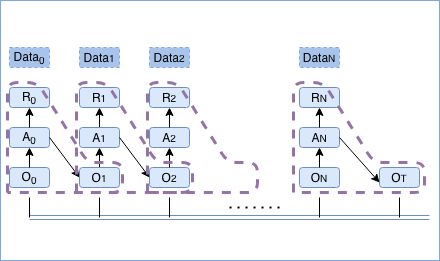
Above: docs/diagrams/ACME_DataSet.png in colingwuyu/hedgingbox (draw.io), before the change. Source tidied: cells renumbered, new cells last; positions are measured from the earlier drawing's top-left corner, leaving out a move shared by most shapes.
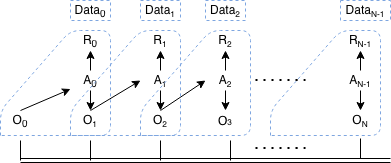
The same diagram one commit later.

Diff of the diagram source:
```diff
@@ -1,14 +1,11 @@
-<mxGraphModel background="#ffffff">
+<mxGraphModel>
   <root>
     <mxCell id="0" />
     <mxCell id="1" parent="0" />
-    <mxCell id="2" style="rounded=0;whiteSpace=wrap;html=1;strokeColor=#7EA6E0;gradientColor=none;fontColor=#CDA2BE;" parent="1" vertex="1">
-      <mxGeometry width="439" height="260" as="geometry" />
-    </mxCell>
-    <mxCell id="3" style="shape=link;html=1;fillColor=#dae8fc;strokeColor=#6c8ebf;" parent="1" edge="1">
+    <mxCell id="3" style="shape=link;html=1;" parent="1" edge="1">
       <mxGeometry relative="1" as="geometry">
         <mxPoint x="29" y="217" as="sourcePoint" />
-        <mxPoint x="429" y="217" as="targetPoint" />
+        <mxPoint x="399" y="217" as="targetPoint" />
       </mxGeometry>
     </mxCell>
     <mxCell id="4" style="endArrow=none;html=1;" parent="1" edge="1">
@@ -29,175 +26,187 @@
         <mxPoint x="169" y="197" as="targetPoint" />
       </mxGeometry>
     </mxCell>
-    <mxCell id="7" value="O&lt;sub&gt;0&lt;/sub&gt;" style="text;html=1;strokeColor=#6c8ebf;align=center;verticalAlign=middle;whiteSpace=wrap;rounded=1;fillColor=#dae8fc;" parent="1" vertex="1">
+    <mxCell id="7" value="O&lt;sub&gt;0&lt;/sub&gt;" style="text;html=1;strokeColor=none;fillColor=none;align=center;verticalAlign=middle;whiteSpace=wrap;rounded=0;" parent="1" vertex="1">
       <mxGeometry x="9" y="167" width="40" height="20" as="geometry" />
     </mxCell>
     <mxCell id="8" style="endArrow=classic;html=1;exitX=0.5;exitY=0;exitDx=0;exitDy=0;" parent="1" edge="1" source="7" target="9">
       <mxGeometry relative="1" as="geometry" />
     </mxCell>
-    <mxCell id="9" value="A&lt;sub&gt;0&lt;/sub&gt;" style="text;html=1;strokeColor=#6c8ebf;fillColor=#dae8fc;align=center;verticalAlign=middle;whiteSpace=wrap;rounded=1;" parent="1" vertex="1">
-      <mxGeometry x="9" y="127" width="40" height="20" as="geometry" />
-    </mxCell>
-    <mxCell id="10" style="endArrow=classic;html=1;exitX=0.5;exitY=0;exitDx=0;exitDy=0;" parent="1" edge="1" source="9" target="11">
-      <mxGeometry relative="1" as="geometry" />
-    </mxCell>
-    <mxCell id="11" value="R&lt;sub&gt;0&lt;/sub&gt;" style="text;html=1;strokeColor=#6c8ebf;align=center;verticalAlign=middle;whiteSpace=wrap;rounded=1;fillColor=#dae8fc;" parent="1" vertex="1">
-      <mxGeometry x="9" y="87" width="40" height="20" as="geometry" />
-    </mxCell>
-    <mxCell id="12" style="endArrow=classic;html=1;exitX=1;exitY=0.5;exitDx=0;exitDy=0;entryX=0;entryY=0.5;entryDx=0;entryDy=0;" parent="1" edge="1" source="9" target="16">
-      <mxGeometry relative="1" as="geometry" />
-    </mxCell>
-    <mxCell id="13" style="endArrow=classic;html=1;exitX=0.5;exitY=0;exitDx=0;exitDy=0;" parent="1" edge="1" source="16">
-      <mxGeometry relative="1" as="geometry">
-        <mxPoint x="99" y="147" as="targetPoint" />
-      </mxGeometry>
+    <mxCell id="13" style="endArrow=classic;html=1;exitX=0.5;exitY=0;exitDx=0;exitDy=0;entryX=0;entryY=0.5;entryDx=0;entryDy=0;" parent="1" edge="1" source="16" target="17">
+      <mxGeometry relative="1" as="geometry" />
     </mxCell>
-    <mxCell id="14" style="endArrow=classic;html=1;exitX=0.5;exitY=0;exitDx=0;exitDy=0;" parent="1" edge="1" source="17">
-      <mxGeometry relative="1" as="geometry">
-        <mxPoint x="99" y="107" as="targetPoint" />
-      </mxGeometry>
+    <mxCell id="14" style="endArrow=classic;html=1;exitX=0.5;exitY=0;exitDx=0;exitDy=0;entryX=0.5;entryY=1;entryDx=0;entryDy=0;" parent="1" edge="1" source="17" target="18">
+      <mxGeometry relative="1" as="geometry" />
     </mxCell>
     <mxCell id="15" style="group;" parent="1" vertex="1">
       <mxGeometry x="79" y="87" width="40" height="100" as="geometry" />
     </mxCell>
-    <mxCell id="16" value="O&lt;span style=&quot;font-size: 10px&quot;&gt;1&lt;/span&gt;" style="text;html=1;strokeColor=#6c8ebf;fillColor=#dae8fc;align=center;verticalAlign=middle;whiteSpace=wrap;rounded=1;" parent="15" vertex="1">
+    <mxCell id="16" value="O&lt;span style=&quot;font-size: 10px&quot;&gt;&lt;sub&gt;1&lt;/sub&gt;&lt;/span&gt;" style="text;html=1;strokeColor=none;fillColor=none;align=center;verticalAlign=middle;whiteSpace=wrap;rounded=0;" parent="15" vertex="1">
       <mxGeometry y="80" width="40" height="20" as="geometry" />
     </mxCell>
-    <mxCell id="17" value="A&lt;span style=&quot;font-size: 10px&quot;&gt;1&lt;/span&gt;" style="text;html=1;strokeColor=#6c8ebf;fillColor=#dae8fc;align=center;verticalAlign=middle;whiteSpace=wrap;rounded=1;" parent="15" vertex="1">
-      <mxGeometry y="40" width="40" height="20" as="geometry" />
-    </mxCell>
-    <mxCell id="18" value="R&lt;span style=&quot;font-size: 10px&quot;&gt;1&lt;/span&gt;" style="text;html=1;strokeColor=#6c8ebf;fillColor=#dae8fc;align=center;verticalAlign=middle;whiteSpace=wrap;rounded=1;" parent="15" vertex="1">
-      <mxGeometry width="40" height="20" as="geometry" />
-    </mxCell>
+    <mxCell id="9" value="A&lt;sub&gt;0&lt;/sub&gt;" style="text;html=1;strokeColor=none;fillColor=none;align=center;verticalAlign=middle;whiteSpace=wrap;rounded=0;" parent="15" vertex="1">
+      <mxGeometry y="40" width="40" height="20" as="geometry" />
+    </mxCell>
+    <mxCell id="12" style="endArrow=classic;html=1;exitX=0.5;exitY=1;exitDx=0;exitDy=0;entryX=0.5;entryY=0;entryDx=0;entryDy=0;entryPerimeter=0;" parent="15" edge="1" source="9" target="16">
+      <mxGeometry relative="1" as="geometry" />
+    </mxCell>
+    <mxCell id="11" value="R&lt;sub&gt;0&lt;/sub&gt;" style="text;html=1;strokeColor=none;fillColor=none;align=center;verticalAlign=middle;whiteSpace=wrap;rounded=0;" parent="15" vertex="1">
+      <mxGeometry width="40" height="20" as="geometry" />
+    </mxCell>
+    <mxCell id="10" style="endArrow=classic;html=1;exitX=0.5;exitY=0;exitDx=0;exitDy=0;" parent="15" edge="1" source="9" target="11">
+      <mxGeometry relative="1" as="geometry" />
+    </mxCell>
     <mxCell id="19" style="group;" parent="1" vertex="1">
-      <mxGeometry x="149" y="87" width="40" height="100" as="geometry" />
+      <mxGeometry x="204" y="87" width="50" height="100" as="geometry" />
     </mxCell>
-    <mxCell id="20" value="O&lt;span style=&quot;font-size: 10px&quot;&gt;2&lt;/span&gt;" style="text;html=1;strokeColor=#6c8ebf;fillColor=#dae8fc;align=center;verticalAlign=middle;whiteSpace=wrap;rounded=1;" parent="19" vertex="1">
-      <mxGeometry y="80" width="40" height="20" as="geometry" />
-    </mxCell>
+    <mxCell id="22" value="R&lt;span style=&quot;font-size: 10px&quot;&gt;&lt;sub&gt;2&lt;/sub&gt;&lt;/span&gt;" style="text;html=1;strokeColor=none;fillColor=none;align=center;verticalAlign=middle;whiteSpace=wrap;rounded=0;" parent="19" vertex="1">
+      <mxGeometry x="10" width="40" height="20" as="geometry" />
+    </mxCell>
+    <mxCell id="46" style="edgeStyle=orthogonalEdgeStyle;rounded=0;jettySize=auto;html=1;exitX=0.5;exitY=1;exitDx=0;exitDy=0;entryX=0.5;entryY=0;entryDx=0;entryDy=0;" parent="19" edge="1" source="21" target="47">
+      <mxGeometry relative="1" as="geometry" />
+    </mxCell>
-    <mxCell id="21" value="A&lt;span style=&quot;font-size: 10px&quot;&gt;2&lt;/span&gt;" style="text;html=1;strokeColor=#6c8ebf;fillColor=#dae8fc;align=center;verticalAlign=middle;whiteSpace=wrap;rounded=1;" parent="19" vertex="1">
-      <mxGeometry y="40" width="40" height="20" as="geometry" />
+    <mxCell id="21" value="A&lt;span style=&quot;font-size: 10px&quot;&gt;&lt;sub&gt;2&lt;/sub&gt;&lt;/span&gt;" style="text;html=1;strokeColor=none;fillColor=none;align=center;verticalAlign=middle;whiteSpace=wrap;rounded=0;" parent="19" vertex="1">
+      <mxGeometry x="10" y="40" width="40" height="20" as="geometry" />
     </mxCell>
-    <mxCell id="22" value="R&lt;span style=&quot;font-size: 10px&quot;&gt;2&lt;/span&gt;" style="text;html=1;strokeColor=#6c8ebf;fillColor=#dae8fc;align=center;verticalAlign=middle;whiteSpace=wrap;rounded=1;" parent="19" vertex="1">
-      <mxGeometry width="40" height="20" as="geometry" />
-    </mxCell>
-    <mxCell id="23" style="endArrow=classic;html=1;exitX=0.5;exitY=0;exitDx=0;exitDy=0;entryX=0.5;entryY=1;entryDx=0;entryDy=0;" parent="19" edge="1" source="20" target="21">
-      <mxGeometry relative="1" as="geometry" />
-    </mxCell>
     <mxCell id="24" style="endArrow=classic;html=1;exitX=0.5;exitY=0;exitDx=0;exitDy=0;entryX=0.5;entryY=1;entryDx=0;entryDy=0;" parent="19" edge="1" source="21" target="22">
       <mxGeometry relative="1" as="geometry" />
     </mxCell>
-    <mxCell id="25" style="endArrow=none;dashed=1;html=1;dashPattern=1 3;strokeWidth=2;" parent="1" edge="1">
-      <mxGeometry relative="1" as="geometry">
-        <mxPoint x="229" y="207" as="sourcePoint" />
-        <mxPoint x="279" y="207" as="targetPoint" />
-      </mxGeometry>
-    </mxCell>
+    <mxCell id="47" value="O&lt;span style=&quot;font-size: 8.33333px&quot;&gt;3&lt;/span&gt;" style="text;html=1;strokeColor=none;fillColor=none;align=center;verticalAlign=middle;whiteSpace=wrap;rounded=0;" parent="19" vertex="1">
+      <mxGeometry x="10" y="80" width="40" height="20" as="geometry" />
+    </mxCell>
     <mxCell id="26" style="group;" parent="1" vertex="1">
-      <mxGeometry x="299" y="87" width="40" height="100" as="geometry" />
+      <mxGeometry x="349" y="87" width="40" height="100" as="geometry" />
     </mxCell>
-    <mxCell id="27" value="O&lt;span style=&quot;font-size: 10px&quot;&gt;N&lt;/span&gt;" style="text;html=1;strokeColor=#6c8ebf;fillColor=#dae8fc;align=center;verticalAlign=middle;whiteSpace=wrap;rounded=1;" parent="26" vertex="1">
-      <mxGeometry y="80" width="40" height="20" as="geometry" />
-    </mxCell>
-    <mxCell id="28" value="A&lt;span style=&quot;font-size: 10px&quot;&gt;N&lt;/span&gt;" style="text;html=1;strokeColor=#6c8ebf;fillColor=#dae8fc;align=center;verticalAlign=middle;whiteSpace=wrap;rounded=1;" parent="26" vertex="1">
-      <mxGeometry y="40" width="40" height="20" as="geometry" />
-    </mxCell>
-    <mxCell id="29" value="R&lt;span style=&quot;font-size: 10px&quot;&gt;N&lt;/span&gt;" style="text;html=1;strokeColor=#6c8ebf;fillColor=#dae8fc;align=center;verticalAlign=middle;whiteSpace=wrap;rounded=1;" parent="26" vertex="1">
-      <mxGeometry width="40" height="20" as="geometry" />
-    </mxCell>
-    <mxCell id="30" style="endArrow=classic;html=1;exitX=0.5;exitY=0;exitDx=0;exitDy=0;entryX=0.5;entryY=1;entryDx=0;entryDy=0;" parent="26" edge="1" source="27" target="28">
-      <mxGeometry relative="1" as="geometry" />
-    </mxCell>
-    <mxCell id="31" style="endArrow=classic;html=1;exitX=0.5;exitY=0;exitDx=0;exitDy=0;entryX=0.5;entryY=1;entryDx=0;entryDy=0;" parent="26" edge="1" source="28" target="29">
-      <mxGeometry relative="1" as="geometry" />
-    </mxCell>
-    <mxCell id="32" style="endArrow=none;html=1;rounded=1;dashed=1;strokeColor=#9673a6;strokeWidth=3;fillColor=#e1d5e7;" parent="26" edge="1">
-      <mxGeometry relative="1" as="geometry">
-        <mxPoint x="-6" y="105" as="sourcePoint" />
-        <mxPoint x="-6" y="105" as="targetPoint" />
-        <Array as="points">
-          <mxPoint x="-6" y="-5" />
-          <mxPoint x="24" y="-5" />
-          <mxPoint x="74" y="75" />
-          <mxPoint x="125" y="75" />
-          <mxPoint x="125" y="105" />
-        </Array>
-      </mxGeometry>
-    </mxCell>
-    <mxCell id="33" style="group;fontColor=#CDA2BE;" parent="1" vertex="1">
-      <mxGeometry x="319" y="197" height="20" as="geometry" />
-    </mxCell>
-    <mxCell id="34" style="endArrow=none;html=1;" parent="33" edge="1">
-      <mxGeometry relative="1" as="geometry">
-        <mxPoint y="20" as="sourcePoint" />
-        <mxPoint as="targetPoint" />
-      </mxGeometry>
-    </mxCell>
-    <mxCell id="35" style="endArrow=none;html=1;" parent="1" edge="1">
-      <mxGeometry relative="1" as="geometry">
-        <mxPoint x="399" y="217" as="sourcePoint" />
-        <mxPoint x="399" y="197" as="targetPoint" />
-      </mxGeometry>
-    </mxCell>
-    <mxCell id="36" value="O&lt;span style=&quot;font-size: 10px&quot;&gt;T&lt;/span&gt;" style="text;html=1;strokeColor=#6c8ebf;fillColor=#dae8fc;align=center;verticalAlign=middle;whiteSpace=wrap;rounded=1;" parent="1" vertex="1">
-      <mxGeometry x="379" y="167" width="40" height="20" as="geometry" />
-    </mxCell>
+    <mxCell id="48" style="endArrow=none;html=1;dashed=1;strokeColor=#7EA6E0;" parent="26" edge="1">
+      <mxGeometry relative="1" as="geometry">
+        <mxPoint x="-70" y="105" as="sourcePoint" />
+        <mxPoint x="-70" y="105" as="targetPoint" />
+        <Array as="points">
+          <mxPoint x="-70" y="80" />
+          <mxPoint />
+          <mxPoint x="40" />
+          <mxPoint x="40" y="60" />
+          <mxPoint x="40" y="105" />
+          <mxPoint x="-20" y="105" />
+        </Array>
+      </mxGeometry>
+    </mxCell>
+    <mxCell id="49" style="endArrow=none;dashed=1;html=1;dashPattern=1 3;strokeWidth=2;" parent="26" edge="1">
+      <mxGeometry relative="1" as="geometry">
+        <mxPoint x="-85" y="49.5" as="sourcePoint" />
+        <mxPoint x="-35" y="49.5" as="targetPoint" />
+        <Array as="points">
+          <mxPoint x="-35" y="49.5" />
+        </Array>
+      </mxGeometry>
+    </mxCell>
-    <mxCell id="37" style="endArrow=classic;html=1;exitX=1;exitY=0.5;exitDx=0;exitDy=0;entryX=0;entryY=0.5;entryDx=0;entryDy=0;" parent="1" edge="1" source="17" target="20">
+    <mxCell id="37" style="endArrow=classic;html=1;exitX=0.5;exitY=1;exitDx=0;exitDy=0;entryX=0.5;entryY=0;entryDx=0;entryDy=0;" parent="1" edge="1" source="17" target="20">
       <mxGeometry relative="1" as="geometry" />
     </mxCell>
-    <mxCell id="38" style="endArrow=classic;html=1;exitX=1;exitY=0.5;exitDx=0;exitDy=0;entryX=0;entryY=0.75;entryDx=0;entryDy=0;" parent="1" edge="1" source="28" target="36">
-      <mxGeometry relative="1" as="geometry" />
-    </mxCell>
-    <mxCell id="39" style="endArrow=none;html=1;dashed=1;strokeColor=#9673a6;fillColor=#e1d5e7;strokeWidth=3;" parent="1" edge="1">
-      <mxGeometry relative="1" as="geometry">
-        <mxPoint x="7" y="192" as="sourcePoint" />
-        <mxPoint x="7" y="192" as="targetPoint" />
+    <mxCell id="39" style="endArrow=none;html=1;dashed=1;strokeColor=#7EA6E0;" parent="1" edge="1">
+      <mxGeometry x="-0.01" relative="1" as="geometry">
+        <mxPoint x="9" y="192" as="sourcePoint" />
+        <mxPoint x="9" y="192" as="targetPoint" />
         <Array as="points">
-          <mxPoint x="7" y="82" />
-          <mxPoint x="37" y="82" />
-          <mxPoint x="87" y="162" />
-          <mxPoint x="122" y="162" />
-          <mxPoint x="122" y="192" />
+          <mxPoint x="9" y="167" />
+          <mxPoint x="79" y="87" />
+          <mxPoint x="119" y="87" />
+          <mxPoint x="119" y="147" />
+          <mxPoint x="119" y="192" />
+          <mxPoint x="59" y="192" />
         </Array>
       </mxGeometry>
     </mxCell>
-    <mxCell id="40" style="endArrow=none;html=1;rounded=1;dashed=1;strokeColor=#9673a6;shadow=0;strokeWidth=3;fillColor=#e1d5e7;" parent="1" edge="1">
-      <mxGeometry relative="1" as="geometry">
-        <mxPoint x="76" y="192" as="sourcePoint" />
-        <mxPoint x="76" y="192" as="targetPoint" />
-        <Array as="points">
-          <mxPoint x="76" y="82" />
-          <mxPoint x="106" y="82" />
-          <mxPoint x="156" y="162" />
-          <mxPoint x="192" y="162" />
-          <mxPoint x="192" y="192" />
-        </Array>
-      </mxGeometry>
-    </mxCell>
-    <mxCell id="41" style="endArrow=none;html=1;rounded=1;dashed=1;strokeColor=#9673a6;strokeWidth=3;fillColor=#e1d5e7;" parent="1" edge="1">
-      <mxGeometry relative="1" as="geometry">
-        <mxPoint x="147" y="192" as="sourcePoint" />
-        <mxPoint x="147" y="192" as="targetPoint" />
-        <Array as="points">
-          <mxPoint x="147" y="82" />
-          <mxPoint x="177" y="82" />
-          <mxPoint x="227" y="162" />
-          <mxPoint x="257" y="162" />
-          <mxPoint x="257" y="192" />
-        </Array>
-      </mxGeometry>
-    </mxCell>
-    <mxCell id="42" value="Data&lt;sub&gt;0&lt;/sub&gt;" style="text;html=1;align=center;verticalAlign=middle;whiteSpace=wrap;rounded=0;dashed=1;strokeColor=#7EA6E0;fillColor=#A9C4EB;" parent="1" vertex="1">
-      <mxGeometry x="9" y="47" width="40" height="20" as="geometry" />
+    <mxCell id="42" value="Data&lt;sub&gt;0&lt;/sub&gt;" style="text;html=1;fillColor=none;align=center;verticalAlign=middle;whiteSpace=wrap;rounded=0;dashed=1;strokeColor=#7EA6E0;" parent="1" vertex="1">
+      <mxGeometry x="79" y="57" width="40" height="20" as="geometry" />
     </mxCell>
-    <mxCell id="43" value="Data&lt;span style=&quot;font-size: 10px&quot;&gt;1&lt;/span&gt;" style="text;html=1;align=center;verticalAlign=middle;whiteSpace=wrap;rounded=0;dashed=1;strokeColor=#7EA6E0;fillColor=#A9C4EB;" parent="1" vertex="1">
-      <mxGeometry x="79" y="47" width="40" height="20" as="geometry" />
+    <mxCell id="43" value="Data&lt;span style=&quot;font-size: 10px&quot;&gt;&lt;sub&gt;1&lt;/sub&gt;&lt;/span&gt;" style="text;html=1;fillColor=none;align=center;verticalAlign=middle;whiteSpace=wrap;rounded=0;dashed=1;strokeColor=#7EA6E0;" parent="1" vertex="1">
+      <mxGeometry x="149" y="57" width="40" height="20" as="geometry" />
     </mxCell>
-    <mxCell id="44" value="Data&lt;span style=&quot;font-size: 10px&quot;&gt;2&lt;/span&gt;" style="text;html=1;align=center;verticalAlign=middle;whiteSpace=wrap;rounded=0;dashed=1;strokeColor=#7EA6E0;fillColor=#A9C4EB;" parent="1" vertex="1">
-      <mxGeometry x="149" y="47" width="40" height="20" as="geometry" />
+    <mxCell id="44" value="Data&lt;span style=&quot;font-size: 10px&quot;&gt;&lt;sub&gt;2&lt;/sub&gt;&lt;/span&gt;" style="text;html=1;fillColor=none;align=center;verticalAlign=middle;whiteSpace=wrap;rounded=0;dashed=1;strokeColor=#7EA6E0;" parent="1" vertex="1">
+      <mxGeometry x="214" y="57" width="40" height="20" as="geometry" />
     </mxCell>
-    <mxCell id="45" value="Data&lt;span style=&quot;font-size: 10px&quot;&gt;N&lt;/span&gt;" style="text;html=1;align=center;verticalAlign=middle;whiteSpace=wrap;rounded=0;dashed=1;fillColor=#A9C4EB;strokeColor=#7EA6E0;" parent="1" vertex="1">
-      <mxGeometry x="299" y="47" width="40" height="20" as="geometry" />
+    <mxCell id="45" value="Data&lt;span style=&quot;font-size: 10px&quot;&gt;&lt;sub&gt;N-1&lt;/sub&gt;&lt;/span&gt;" style="text;html=1;fillColor=none;align=center;verticalAlign=middle;whiteSpace=wrap;rounded=0;dashed=1;strokeColor=#7EA6E0;" parent="1" vertex="1">
+      <mxGeometry x="349" y="57" width="50" height="20" as="geometry" />
     </mxCell>
+    <mxCell id="23" style="endArrow=classic;html=1;exitX=0.5;exitY=0;exitDx=0;exitDy=0;entryX=0;entryY=0.5;entryDx=0;entryDy=0;" parent="1" edge="1" source="20" target="21">
+      <mxGeometry relative="1" as="geometry" />
+    </mxCell>
+    <mxCell id="20" value="O&lt;span style=&quot;font-size: 10px&quot;&gt;&lt;sub&gt;2&lt;/sub&gt;&lt;/span&gt;" style="text;html=1;strokeColor=none;fillColor=none;align=center;verticalAlign=middle;whiteSpace=wrap;rounded=0;" parent="1" vertex="1">
+      <mxGeometry x="149" y="167" width="40" height="20" as="geometry" />
+    </mxCell>
+    <mxCell id="17" value="A&lt;span style=&quot;font-size: 10px&quot;&gt;&lt;sub&gt;1&lt;/sub&gt;&lt;/span&gt;" style="text;html=1;strokeColor=none;fillColor=none;align=center;verticalAlign=middle;whiteSpace=wrap;rounded=0;" parent="1" vertex="1">
+      <mxGeometry x="149" y="127" width="40" height="20" as="geometry" />
+    </mxCell>
+    <mxCell id="18" value="R&lt;span style=&quot;font-size: 10px&quot;&gt;&lt;sub&gt;1&lt;/sub&gt;&lt;/span&gt;" style="text;html=1;strokeColor=none;fillColor=none;align=center;verticalAlign=middle;whiteSpace=wrap;rounded=0;" parent="1" vertex="1">
+      <mxGeometry x="149" y="87" width="40" height="20" as="geometry" />
+    </mxCell>
+    <mxCell id="50" style="endArrow=none;html=1;dashed=1;strokeColor=#7EA6E0;" parent="1" edge="1">
+      <mxGeometry relative="1" as="geometry">
+        <mxPoint x="79" y="192" as="sourcePoint" />
+        <mxPoint x="79" y="192" as="targetPoint" />
+        <Array as="points">
+          <mxPoint x="79" y="167" />
+          <mxPoint x="149" y="87" />
+          <mxPoint x="189" y="87" />
+          <mxPoint x="189" y="147" />
+          <mxPoint x="189" y="192" />
+          <mxPoint x="129" y="192" />
+        </Array>
+      </mxGeometry>
+    </mxCell>
+    <mxCell id="51" style="endArrow=none;html=1;dashed=1;strokeColor=#7EA6E0;" parent="1" edge="1">
+      <mxGeometry relative="1" as="geometry">
+        <mxPoint x="149" y="192" as="sourcePoint" />
+        <mxPoint x="149" y="192" as="targetPoint" />
+        <Array as="points">
+          <mxPoint x="149" y="167" />
+          <mxPoint x="219" y="87" />
+          <mxPoint x="259" y="87" />
+          <mxPoint x="259" y="147" />
+          <mxPoint x="259" y="192" />
+          <mxPoint x="199" y="192" />
+        </Array>
+      </mxGeometry>
+    </mxCell>
+    <mxCell id="52" style="endArrow=none;html=1;" parent="1" edge="1">
+      <mxGeometry relative="1" as="geometry">
+        <mxPoint x="239" y="217" as="sourcePoint" />
+        <mxPoint x="239" y="197" as="targetPoint" />
+      </mxGeometry>
+    </mxCell>
+    <mxCell id="53" style="endArrow=none;dashed=1;html=1;dashPattern=1 3;strokeWidth=2;" parent="1" edge="1">
+      <mxGeometry relative="1" as="geometry">
+        <mxPoint x="264" y="204.5" as="sourcePoint" />
+        <mxPoint x="314" y="204.5" as="targetPoint" />
+        <Array as="points">
+          <mxPoint x="314" y="204.5" />
+        </Array>
+      </mxGeometry>
+    </mxCell>
+    <mxCell id="54" style="group;" parent="1" vertex="1">
+      <mxGeometry x="369" y="195" height="20" as="geometry" />
+    </mxCell>
+    <mxCell id="55" style="endArrow=none;html=1;" parent="54" edge="1">
+      <mxGeometry relative="1" as="geometry">
+        <mxPoint y="20" as="sourcePoint" />
+        <mxPoint as="targetPoint" />
+      </mxGeometry>
+    </mxCell>
+    <mxCell id="27" value="O&lt;span style=&quot;font-size: 10px&quot;&gt;&lt;sub&gt;N&lt;/sub&gt;&lt;/span&gt;" style="text;html=1;strokeColor=none;fillColor=none;align=center;verticalAlign=middle;whiteSpace=wrap;rounded=0;" parent="1" vertex="1">
+      <mxGeometry x="349" y="167" width="40" height="20" as="geometry" />
+    </mxCell>
+    <mxCell id="30" style="endArrow=classic;html=1;exitX=0.5;exitY=1;exitDx=0;exitDy=0;entryX=0.5;entryY=0;entryDx=0;entryDy=0;" parent="1" edge="1" source="28" target="27">
+      <mxGeometry relative="1" as="geometry" />
+    </mxCell>
+    <mxCell id="28" value="A&lt;span style=&quot;font-size: 10px&quot;&gt;&lt;sub&gt;N-1&lt;/sub&gt;&lt;/span&gt;" style="text;html=1;strokeColor=none;fillColor=none;align=center;verticalAlign=middle;whiteSpace=wrap;rounded=0;" parent="1" vertex="1">
+      <mxGeometry x="349" y="127" width="40" height="20" as="geometry" />
+    </mxCell>
+    <mxCell id="31" style="endArrow=classic;html=1;exitX=0.5;exitY=0;exitDx=0;exitDy=0;entryX=0.5;entryY=1;entryDx=0;entryDy=0;" parent="1" edge="1" source="28" target="29">
+      <mxGeometry relative="1" as="geometry" />
+    </mxCell>
+    <mxCell id="29" value="R&lt;span style=&quot;font-size: 10px&quot;&gt;&lt;sub&gt;N-1&lt;/sub&gt;&lt;/span&gt;" style="text;html=1;strokeColor=none;fillColor=none;align=center;verticalAlign=middle;whiteSpace=wrap;rounded=0;" parent="1" vertex="1">
+      <mxGeometry x="349" y="87" width="40" height="20" as="geometry" />
+    </mxCell>
   </root>
 </mxGraphModel>
```
